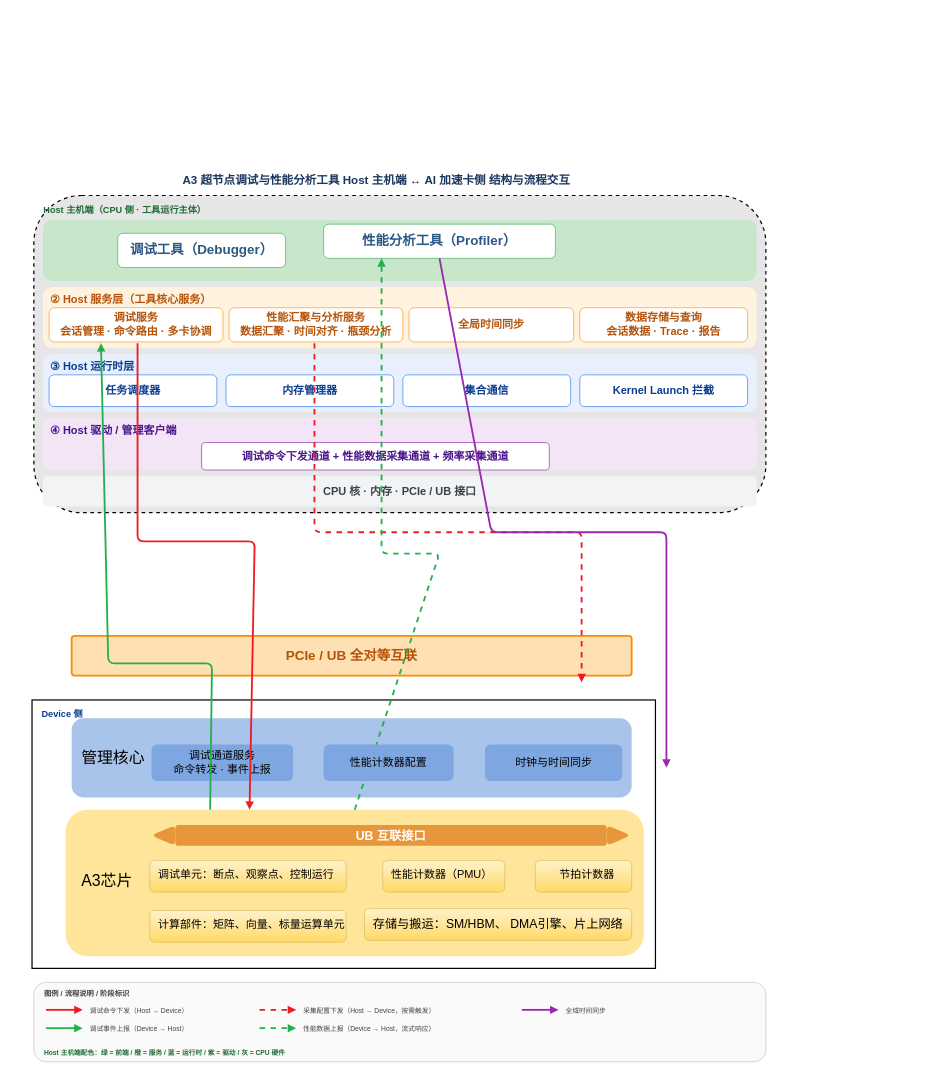
The draw.io diagram page "第 6 页" (6 of 7) of 超节点主机设备侧交互流程图.drawio in HanxuLiu/drawio-files, before the edit. Source tidied: cells renumbered, new cells numbered last; positions are measured from the earlier drawing's top-left corner, leaving out a move shared by most shapes. Both pictures are drawn from the tidied source at 61%, with x=0, y=0 at pixel (32, 170).
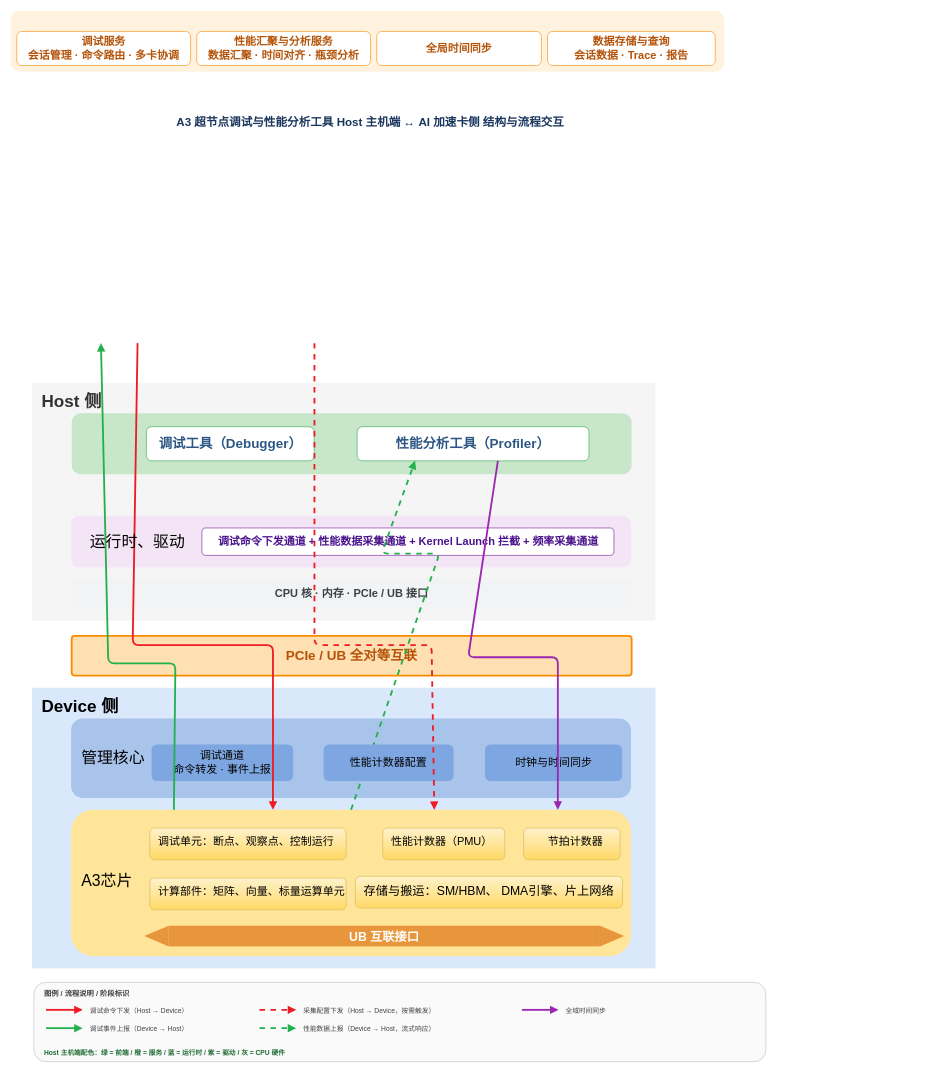
The same page after the edit.

Commit message (it also covers changes not shown here):
更新超节点主机设备侧交互流程图.drawio

The edit, as a diff of the source:
```diff
@@
-    <mxCell id="2" value="Device 侧" style="rounded=0;whiteSpace=wrap;html=1;fillColor=none;strokeColor=default;fontSize=15;fontColor=#0B3D91;fontStyle=1;verticalAlign=top;align=left;spacingLeft=14;spacingTop=8;strokeWidth=2;" parent="1" vertex="1">
-      <mxGeometry y="869" width="1022" height="440" as="geometry" />
+    <mxCell id="2" value="&lt;font style=&quot;font-size: 28px;&quot;&gt;Device 侧&lt;/font&gt;" style="rounded=0;whiteSpace=wrap;html=1;fillColor=#dae8fc;strokeColor=none;fontSize=15;fontStyle=1;verticalAlign=top;align=left;spacingLeft=14;spacingTop=8;strokeWidth=2;" parent="1" vertex="1">
+      <mxGeometry y="849" width="1022" height="460" as="geometry" />
     </mxCell>
     <mxCell id="3" value="A3 超节点调试与性能分析工具  Host 主机端 ↔ AI 加速卡侧 结构与流程交互" style="text;html=1;fontSize=19;fontStyle=1;fontColor=#1A365D;rounded=1;roundedPerimeter=1;" parent="1" vertex="1">
-      <mxGeometry x="245" width="1220" height="34" as="geometry" />
+      <mxGeometry x="235" y="-95" width="1220" height="34" as="geometry" />
     </mxCell>
-    <mxCell id="4" value="Host 主机端（CPU 侧 · 工具运行主体）" style="rounded=1;whiteSpace=wrap;html=1;fillColor=#E6E6E6;strokeColor=default;fontSize=15;fontColor=#1E6B33;fontStyle=1;verticalAlign=top;align=left;spacingLeft=14;spacingTop=8;dashed=1;strokeWidth=2;roundedPerimeter=1;" parent="1" vertex="1">
-      <mxGeometry x="3" y="42" width="1200" height="520" as="geometry" />
+    <mxCell id="4" value="&lt;font style=&quot;font-size: 28px;&quot;&gt;Host 侧&lt;/font&gt;" style="rounded=0;whiteSpace=wrap;html=1;fillColor=#f5f5f5;strokeColor=none;fontSize=15;fontStyle=1;verticalAlign=top;align=left;spacingLeft=14;spacingTop=8;strokeWidth=2;fontFamily=Helvetica;fontColor=#333333;" parent="1" vertex="1">
+      <mxGeometry y="349" width="1022" height="390" as="geometry" />
     </mxCell>
     <mxCell id="5" style="rounded=1;whiteSpace=wrap;html=1;fillColor=#C8E6C9;strokeColor=none;roundedPerimeter=1;" parent="1" vertex="1">
-      <mxGeometry x="18" y="82" width="1170" height="100" as="geometry" />
+      <mxGeometry x="65" y="399" width="918" height="100" as="geometry" />
     </mxCell>
     <mxCell id="6" value="&lt;span style=&quot;color: rgb(44, 87, 132); font-size: 22px; text-align: left;&quot;&gt;调试工具（Debugger）&lt;/span&gt;" style="rounded=1;whiteSpace=wrap;html=1;fillColor=#FFFFFF;strokeColor=#34A853;fontSize=18;fontColor=#1E6B33;fontStyle=1;roundedPerimeter=1;" parent="1" vertex="1">
-      <mxGeometry x="140.5" y="104" width="275" height="56" as="geometry" />
+      <mxGeometry x="187.5" y="421" width="275" height="56" as="geometry" />
     </mxCell>
     <mxCell id="7" value="&lt;span style=&quot;color: rgb(44, 87, 132); font-size: 22px; text-align: left;&quot;&gt;性能分析工具（Profiler）&lt;/span&gt;" style="rounded=1;whiteSpace=wrap;html=1;fillColor=#FFFFFF;strokeColor=#34A853;fontSize=18;fontColor=#1E6B33;fontStyle=1;roundedPerimeter=1;" parent="1" vertex="1">
-      <mxGeometry x="478" y="89" width="380" height="56" as="geometry" />
+      <mxGeometry x="533" y="421" width="380" height="56" as="geometry" />
     </mxCell>
     <mxCell id="8" style="rounded=1;whiteSpace=wrap;html=1;fillColor=#FFF3E0;strokeColor=none;fontSize=18;roundedPerimeter=1;" parent="1" vertex="1">
-      <mxGeometry x="18" y="192" width="1170" height="100" as="geometry" />
+      <mxGeometry x="-35" y="-261" width="1170" height="100" as="geometry" />
     </mxCell>
     <mxCell id="9" style="rounded=1;whiteSpace=wrap;html=1;roundedPerimeter=1;align=center;verticalAlign=middle;fontFamily=Helvetica;fontSize=18;fontColor=#000000;fontStyle=0;fillColor=#FFE599;strokeColor=none;" parent="1" vertex="1">
-      <mxGeometry x="55" y="1049" width="948" height="240" as="geometry" />
+      <mxGeometry x="64" y="1049" width="918" height="240" as="geometry" />
     </mxCell>
-    <mxCell id="10" value="② Host 服务层（工具核心服务）" style="text;html=1;fontSize=18;fontStyle=1;fontColor=#B45309;align=left;rounded=1;roundedPerimeter=1;" parent="1" vertex="1">
-      <mxGeometry x="28" y="196" width="500" height="24" as="geometry" />
-    </mxCell>
     <mxCell id="11" value="调试服务&#10;会话管理 · 命令路由 · 多卡协调" style="rounded=1;whiteSpace=wrap;html=1;fillColor=#FFFFFF;strokeColor=#FB8C00;fontSize=18;fontColor=#B45309;fontStyle=1;roundedPerimeter=1;" parent="1" vertex="1">
-      <mxGeometry x="28" y="226" width="285" height="56" as="geometry" />
+      <mxGeometry x="-25" y="-227" width="285" height="56" as="geometry" />
     </mxCell>
     <mxCell id="12" value="性能汇聚与分析服务&#10;数据汇聚 · 时间对齐 · 瓶颈分析" style="rounded=1;whiteSpace=wrap;html=1;fillColor=#FFFFFF;strokeColor=#FB8C00;fontSize=18;fontColor=#B45309;fontStyle=1;roundedPerimeter=1;" parent="1" vertex="1">
-      <mxGeometry x="323" y="226" width="285" height="56" as="geometry" />
+      <mxGeometry x="270" y="-227" width="285" height="56" as="geometry" />
     </mxCell>
     <mxCell id="13" value="全局时间同步" style="rounded=1;whiteSpace=wrap;html=1;fillColor=#FFFFFF;strokeColor=#FB8C00;fontSize=18;fontColor=#B45309;fontStyle=1;roundedPerimeter=1;" parent="1" vertex="1">
-      <mxGeometry x="618" y="226" width="270" height="56" as="geometry" />
+      <mxGeometry x="565" y="-227" width="270" height="56" as="geometry" />
     </mxCell>
     <mxCell id="14" value="数据存储与查询&#10;会话数据 · Trace · 报告" style="rounded=1;whiteSpace=wrap;html=1;fillColor=#FFFFFF;strokeColor=#FB8C00;fontSize=18;fontColor=#B45309;fontStyle=1;roundedPerimeter=1;" parent="1" vertex="1">
-      <mxGeometry x="898" y="226" width="275" height="56" as="geometry" />
+      <mxGeometry x="845" y="-227" width="275" height="56" as="geometry" />
     </mxCell>
-    <mxCell id="15" style="rounded=1;whiteSpace=wrap;html=1;fillColor=#E8F0FE;strokeColor=none;fontSize=18;roundedPerimeter=1;" parent="1" vertex="1">
-      <mxGeometry x="18" y="302" width="1170" height="95" as="geometry" />
-    </mxCell>
-    <mxCell id="16" value="③ Host 运行时层" style="text;html=1;fontSize=18;fontStyle=1;fontColor=#0B3D91;align=left;rounded=1;roundedPerimeter=1;" parent="1" vertex="1">
-      <mxGeometry x="28" y="306" width="400" height="24" as="geometry" />
-    </mxCell>
-    <mxCell id="17" value="任务调度器" style="rounded=1;whiteSpace=wrap;html=1;fillColor=#FFFFFF;strokeColor=#1A73E8;fontSize=18;fontColor=#0B3D91;fontStyle=1;roundedPerimeter=1;" parent="1" vertex="1">
-      <mxGeometry x="28" y="336" width="275" height="52" as="geometry" />
-    </mxCell>
-    <mxCell id="18" value="内存管理器" style="rounded=1;whiteSpace=wrap;html=1;fillColor=#FFFFFF;strokeColor=#1A73E8;fontSize=18;fontColor=#0B3D91;fontStyle=1;roundedPerimeter=1;" parent="1" vertex="1">
-      <mxGeometry x="318" y="336" width="275" height="52" as="geometry" />
-    </mxCell>
-    <mxCell id="19" value="集合通信" style="rounded=1;whiteSpace=wrap;html=1;fillColor=#FFFFFF;strokeColor=#1A73E8;fontSize=18;fontColor=#0B3D91;fontStyle=1;roundedPerimeter=1;" parent="1" vertex="1">
-      <mxGeometry x="608" y="336" width="275" height="52" as="geometry" />
-    </mxCell>
-    <mxCell id="20" value="Kernel Launch 拦截" style="rounded=1;whiteSpace=wrap;html=1;fillColor=#FFFFFF;strokeColor=#1A73E8;fontSize=18;fontColor=#0B3D91;fontStyle=1;roundedPerimeter=1;" parent="1" vertex="1">
-      <mxGeometry x="898" y="336" width="275" height="52" as="geometry" />
-    </mxCell>
     <mxCell id="21" style="rounded=1;whiteSpace=wrap;html=1;fillColor=#F3E5F5;strokeColor=none;fontSize=18;roundedPerimeter=1;" parent="1" vertex="1">
-      <mxGeometry x="18" y="407" width="1170" height="85" as="geometry" />
+      <mxGeometry x="64" y="567" width="918" height="85" as="geometry" />
     </mxCell>
-    <mxCell id="22" value="④ Host 驱动 / 管理客户端" style="text;html=1;fontSize=18;fontStyle=1;fontColor=#4A148C;align=left;rounded=1;roundedPerimeter=1;" parent="1" vertex="1">
-      <mxGeometry x="28" y="411" width="450" height="24" as="geometry" />
-    </mxCell>
-    <mxCell id="23" value="调试命令下发通道 + 性能数据采集通道 + 频率采集通道" style="rounded=1;whiteSpace=wrap;html=1;fillColor=#FFFFFF;strokeColor=#7B1FA2;fontSize=18;fontColor=#4A148C;fontStyle=1;roundedPerimeter=1;" parent="1" vertex="1">
-      <mxGeometry x="278" y="447" width="570" height="45" as="geometry" />
+    <mxCell id="23" value="调试命令下发通道 + 性能数据采集通道 + Kernel Launch 拦截 + 频率采集通道" style="rounded=1;whiteSpace=wrap;html=1;fillColor=#FFFFFF;strokeColor=#7B1FA2;fontSize=18;fontColor=#4A148C;fontStyle=1;roundedPerimeter=1;" parent="1" vertex="1">
+      <mxGeometry x="278.5" y="587" width="675.5" height="45" as="geometry" />
     </mxCell>
     <mxCell id="24" value="CPU 核 · 内存 · PCIe / UB 接口" style="rounded=1;whiteSpace=wrap;html=1;fillColor=#F1F3F4;strokeColor=none;fontSize=18;fontColor=#3C4043;fontStyle=1;roundedPerimeter=1;" parent="1" vertex="1">
-      <mxGeometry x="18" y="502" width="1170" height="50" as="geometry" />
+      <mxGeometry x="65" y="669" width="918" height="50" as="geometry" />
     </mxCell>
@@
     <mxCell id="26" style="rounded=1;whiteSpace=wrap;html=1;fillColor=#A9C4EB;strokeColor=none;fontSize=18;fontColor=#000000;fontStyle=0;roundedPerimeter=1;" parent="1" vertex="1">
-      <mxGeometry x="65" y="899" width="918" height="130" as="geometry" />
+      <mxGeometry x="64" y="899.5" width="918" height="130" as="geometry" />
     </mxCell>
@@
-    <mxCell id="28" value="调试通道服务&#10;命令转发 · 事件上报" style="rounded=1;whiteSpace=wrap;html=1;fillColor=#7EA6E0;strokeColor=none;fontSize=18;fontColor=#000000;fontStyle=0;roundedPerimeter=1;" parent="1" vertex="1">
+    <mxCell id="28" value="调试通道&lt;br&gt;命令转发 · 事件上报" style="rounded=1;whiteSpace=wrap;html=1;fillColor=#7EA6E0;strokeColor=none;fontSize=18;fontColor=#000000;fontStyle=0;roundedPerimeter=1;" parent="1" vertex="1">
       <mxGeometry x="196" y="942" width="232" height="60" as="geometry" />
     </mxCell>
@@
     <mxCell id="31" value="调试单元：断点、观察点、控制运行" style="rounded=1;whiteSpace=wrap;html=1;fillColor=#fff2cc;strokeColor=#d6b656;fontSize=18;fontStyle=0;verticalAlign=top;align=left;spacingTop=6;spacingLeft=12;fontFamily=Helvetica;gradientColor=#ffd966;roundedPerimeter=1;" parent="1" vertex="1">
-      <mxGeometry x="193" y="1132" width="322" height="52" as="geometry" />
+      <mxGeometry x="193" y="1079" width="322" height="52" as="geometry" />
     </mxCell>
     <mxCell id="32" value="性能计数器（PMU）" style="rounded=1;whiteSpace=wrap;html=1;fillColor=#fff2cc;strokeColor=#d6b656;fontSize=18;fontStyle=0;align=left;verticalAlign=top;spacingLeft=12;spacingTop=6;fontFamily=Helvetica;gradientColor=#ffd966;roundedPerimeter=1;" parent="1" vertex="1">
-      <mxGeometry x="575" y="1132" width="200" height="52" as="geometry" />
+      <mxGeometry x="575" y="1079" width="200" height="52" as="geometry" />
     </mxCell>
     <mxCell id="33" value="节拍计数器" style="rounded=1;whiteSpace=wrap;html=1;fillColor=#fff2cc;strokeColor=#d6b656;fontSize=18;fontStyle=0;align=center;verticalAlign=top;spacingLeft=12;spacingTop=6;fontFamily=Helvetica;gradientColor=#ffd966;roundedPerimeter=1;" parent="1" vertex="1">
-      <mxGeometry x="825" y="1132" width="158" height="52" as="geometry" />
+      <mxGeometry x="806" y="1079" width="158" height="52" as="geometry" />
     </mxCell>
     <mxCell id="34" value="计算部件：矩阵、向量、标量运算单元" style="rounded=1;whiteSpace=wrap;html=1;fillColor=#fff2cc;strokeColor=#d6b656;fontSize=18;fontStyle=0;verticalAlign=top;align=left;spacingLeft=12;spacingTop=6;gradientColor=#ffd966;roundedPerimeter=1;" parent="1" vertex="1">
-      <mxGeometry x="193" y="1214" width="322" height="52" as="geometry" />
+      <mxGeometry x="193" y="1161" width="322" height="52" as="geometry" />
     </mxCell>
     <mxCell id="35" value="&lt;font style=&quot;font-size: 20px;&quot;&gt;存储与搬运：SM/HBM、 DMA引擎、片上网络&lt;/font&gt;" style="rounded=1;whiteSpace=wrap;html=1;fillColor=#fff2cc;strokeColor=#d6b656;fontSize=18;fontStyle=0;verticalAlign=top;align=left;spacingLeft=12;spacingTop=6;gradientColor=#ffd966;roundedPerimeter=1;" parent="1" vertex="1">
-      <mxGeometry x="545" y="1211" width="438" height="52" as="geometry" />
+      <mxGeometry x="530" y="1158" width="438" height="52" as="geometry" />
     </mxCell>
-    <mxCell id="36" style="edgeStyle=none;html=1;strokeColor=#ED1C24;strokeWidth=3;endArrow=block;endFill=1;entryX=0.321;entryY=0.008;entryDx=0;entryDy=0;" parent="1" edge="1" target="9">
-      <mxGeometry x="-0.27" relative="1" as="geometry">
+    <mxCell id="36" style="edgeStyle=none;html=1;strokeColor=#ED1C24;strokeWidth=3;endArrow=block;endFill=1;entryX=0.365;entryY=0.016;entryDx=0;entryDy=0;" parent="1" edge="1" target="9">
+      <mxGeometry x="-0.12" relative="1" as="geometry">
         <mxPoint x="173" y="284" as="sourcePoint" />
         <Array as="points">
-          <mxPoint x="173" y="609" />
-          <mxPoint x="365" y="609" />
+          <mxPoint x="165" y="779" />
+          <mxPoint x="395" y="779" />
         </Array>
       </mxGeometry>
     </mxCell>
-    <mxCell id="37" style="edgeStyle=none;html=1;strokeColor=#22B14C;strokeWidth=3;endArrow=block;endFill=1;exitX=0.25;exitY=0;exitDx=0;exitDy=0;" parent="1" edge="1" source="9">
-      <mxGeometry x="0.13" relative="1" as="geometry">
+    <mxCell id="37" style="edgeStyle=none;html=1;strokeColor=#22B14C;strokeWidth=3;endArrow=block;endFill=1;exitX=0.183;exitY=-0.001;exitDx=0;exitDy=0;" parent="1" edge="1" source="9">
+      <mxGeometry x="0.07" relative="1" as="geometry">
         <mxPoint x="113" y="284" as="targetPoint" />
         <Array as="points">
-          <mxPoint x="295" y="809" />
+          <mxPoint x="235" y="809" />
           <mxPoint x="125" y="809" />
         </Array>
       </mxGeometry>
     </mxCell>
-    <mxCell id="38" style="edgeStyle=none;html=1;strokeColor=#ED1C24;strokeWidth=3;dashed=1;endArrow=block;endFill=1;" parent="1" edge="1">
-      <mxGeometry relative="1" as="geometry">
-        <mxPoint x="463" y="284" as="sourcePoint" />
-        <mxPoint x="901" y="840" as="targetPoint" />
-        <Array as="points">
-          <mxPoint x="463" y="594" />
-          <mxPoint x="901" y="594" />
-        </Array>
-      </mxGeometry>
-    </mxCell>
@@
-    <mxCell id="40" style="edgeStyle=none;html=1;strokeColor=#9C27B0;strokeWidth=3;endArrow=block;endFill=1;exitX=0.5;exitY=1;exitDx=0;exitDy=0;" parent="1" edge="1" source="7">
-      <mxGeometry x="0.11" relative="1" as="geometry">
-        <mxPoint x="1040" y="980" as="targetPoint" />
+    <mxCell id="40" style="edgeStyle=none;html=1;strokeColor=#9C27B0;strokeWidth=3;endArrow=block;endFill=1;exitX=0.611;exitY=1.018;exitDx=0;exitDy=0;entryX=0.87;entryY=-0.001;entryDx=0;entryDy=0;" parent="1" edge="1" source="7" target="9">
+      <mxGeometry x="0.02" relative="1" as="geometry">
         <Array as="points">
-          <mxPoint x="753" y="594" />
-          <mxPoint x="1040" y="594" />
+          <mxPoint x="715" y="799" />
+          <mxPoint x="862" y="799" />
         </Array>
       </mxGeometry>
     </mxCell>
@@
     <mxCell id="54" style="group;fontFamily=Helvetica;fontSize=20;fontColor=#000000;fontStyle=0;align=left;verticalAlign=top;spacingLeft=12;spacingTop=6;rounded=0;" parent="1" vertex="1">
-      <mxGeometry x="195" y="1074" width="787" height="34" as="geometry" />
+      <mxGeometry x="184" y="1239" width="787" height="34" as="geometry" />
     </mxCell>
-    <mxCell id="55" style="group;rounded=1;roundedPerimeter=1;" parent="54" vertex="1">
+    <mxCell id="55" style="group;rounded=0;" parent="54" vertex="1">
       <mxGeometry width="670" height="34" as="geometry" />
     </mxCell>
-    <mxCell id="56" style="shape=triangle;direction=west;fillColor=#E8963C;strokeColor=none;html=1;fontSize=16;rounded=1;roundedPerimeter=1;" parent="55" vertex="1">
+    <mxCell id="56" style="shape=triangle;direction=west;fillColor=#E8963C;strokeColor=none;html=1;fontSize=16;rounded=0;" parent="55" vertex="1">
       <mxGeometry width="40" height="34" as="geometry" />
     </mxCell>
-    <mxCell id="57" style="shape=triangle;direction=east;fillColor=#E8963C;strokeColor=none;html=1;fontSize=16;rounded=1;roundedPerimeter=1;" parent="54" vertex="1">
+    <mxCell id="57" style="shape=triangle;direction=east;fillColor=#E8963C;strokeColor=none;html=1;fontSize=16;rounded=0;" parent="54" vertex="1">
       <mxGeometry x="747" width="40" height="34" as="geometry" />
     </mxCell>
-    <mxCell id="58" value="&lt;b&gt;&lt;font style=&quot;font-size: 20px;&quot;&gt;UB 互联接口&lt;/font&gt;&lt;/b&gt;" style="rounded=1;whiteSpace=wrap;html=1;fillColor=#E8963C;strokeColor=none;fontColor=#ffffff;fontSize=16;align=center;verticalAlign=middle;roundedPerimeter=1;" parent="54" vertex="1">
+    <mxCell id="58" value="&lt;b&gt;&lt;font style=&quot;font-size: 20px;&quot;&gt;UB 互联接口&lt;/font&gt;&lt;/b&gt;" style="rounded=0;whiteSpace=wrap;html=1;fillColor=#E8963C;strokeColor=none;fontColor=#ffffff;fontSize=16;align=center;verticalAlign=middle;" parent="54" vertex="1">
       <mxGeometry x="40" width="707" height="34" as="geometry" />
     </mxCell>
@@
+    <mxCell id="60" value="运行时、驱动" style="text;html=1;fontSize=26;fontStyle=0;fontColor=#000000;align=left;fontFamily=Helvetica;verticalAlign=top;rounded=1;roundedPerimeter=1;" parent="1" vertex="1">
+      <mxGeometry x="93" y="587" width="200" height="45" as="geometry" />
+    </mxCell>
+    <mxCell id="38" style="edgeStyle=none;html=1;strokeColor=#ED1C24;strokeWidth=3;dashed=1;endArrow=block;endFill=1;entryX=0.649;entryY=-0.001;entryDx=0;entryDy=0;" parent="1" edge="1" target="9">
+      <mxGeometry x="-0.02" relative="1" as="geometry">
+        <mxPoint x="463" y="284" as="sourcePoint" />
+        <Array as="points">
+          <mxPoint x="463" y="594" />
+          <mxPoint x="463" y="779" />
+          <mxPoint x="655" y="779" />
+        </Array>
+      </mxGeometry>
+    </mxCell>
```
